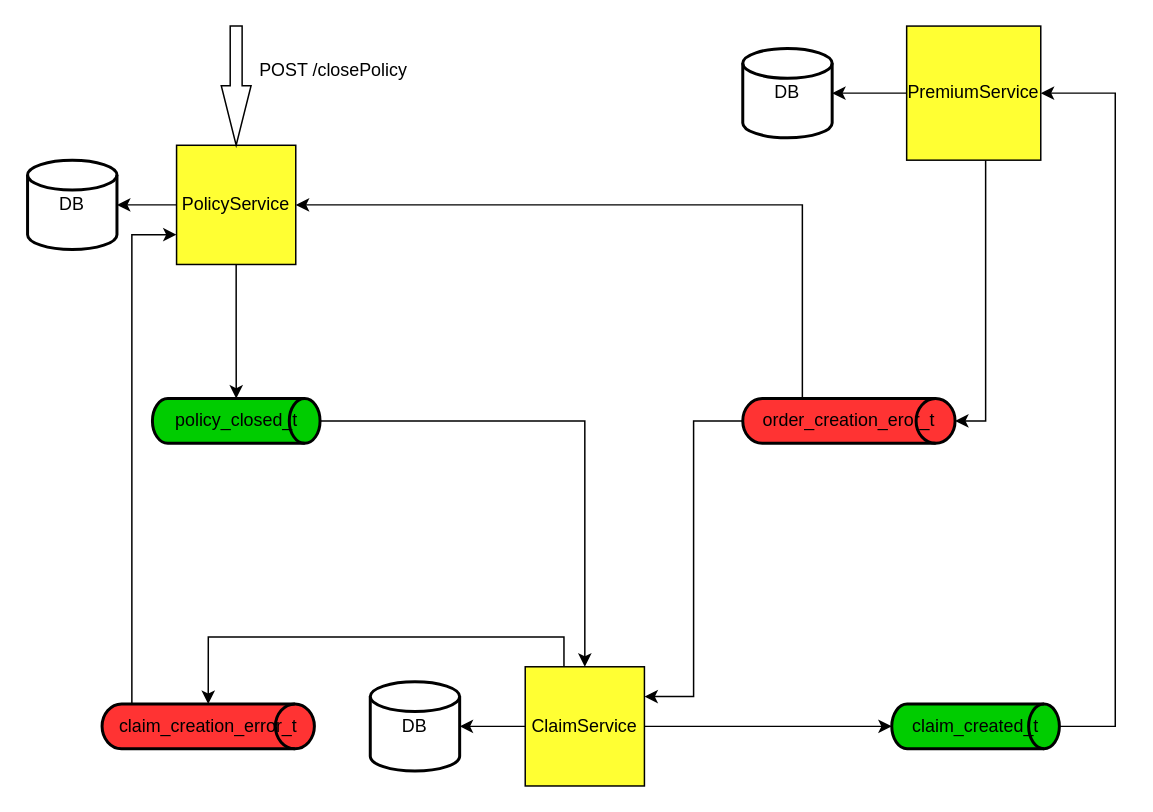
Earlier version of the draw.io diagram Diagram.drawIo (PiotrJuchimowicz/SagaChoreography). Source tidied: cells renumbered, new cells numbered last; positions are measured from the earlier drawing's top-left corner, leaving out a move shared by most shapes. Both pictures are drawn from the tidied source at 149%, with x=0, y=0 at pixel (27, 25).
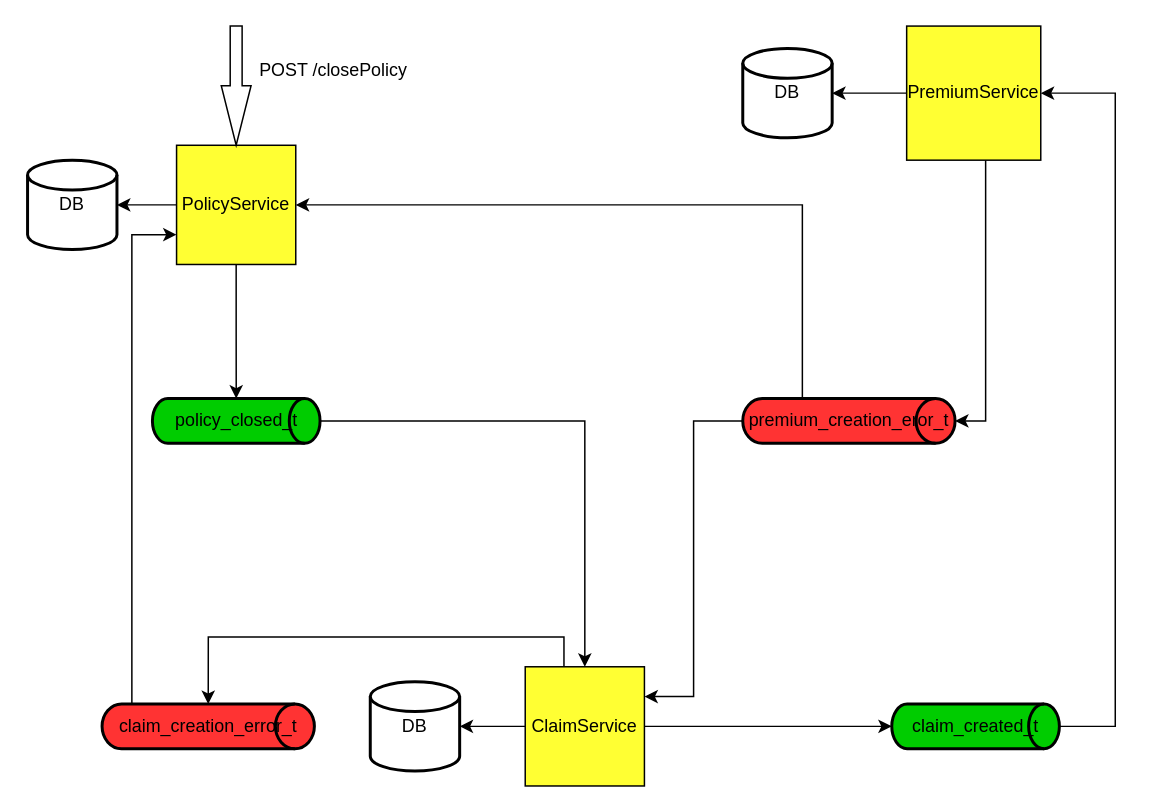
The same page after the edit.

Change to the diagram source:
```diff
@@
-    <mxCell id="25" value="order_creation_eror_t" style="strokeWidth=2;html=1;shape=mxgraph.flowchart.direct_data;whiteSpace=wrap;fillColor=#FF3333;" parent="1" vertex="1">
+    <mxCell id="25" value="premium_creation_eror_t" style="strokeWidth=2;html=1;shape=mxgraph.flowchart.direct_data;whiteSpace=wrap;fillColor=#FF3333;" parent="1" vertex="1">
       <mxGeometry x="480" y="250" width="142.5" height="30" as="geometry" />
     </mxCell>
```
